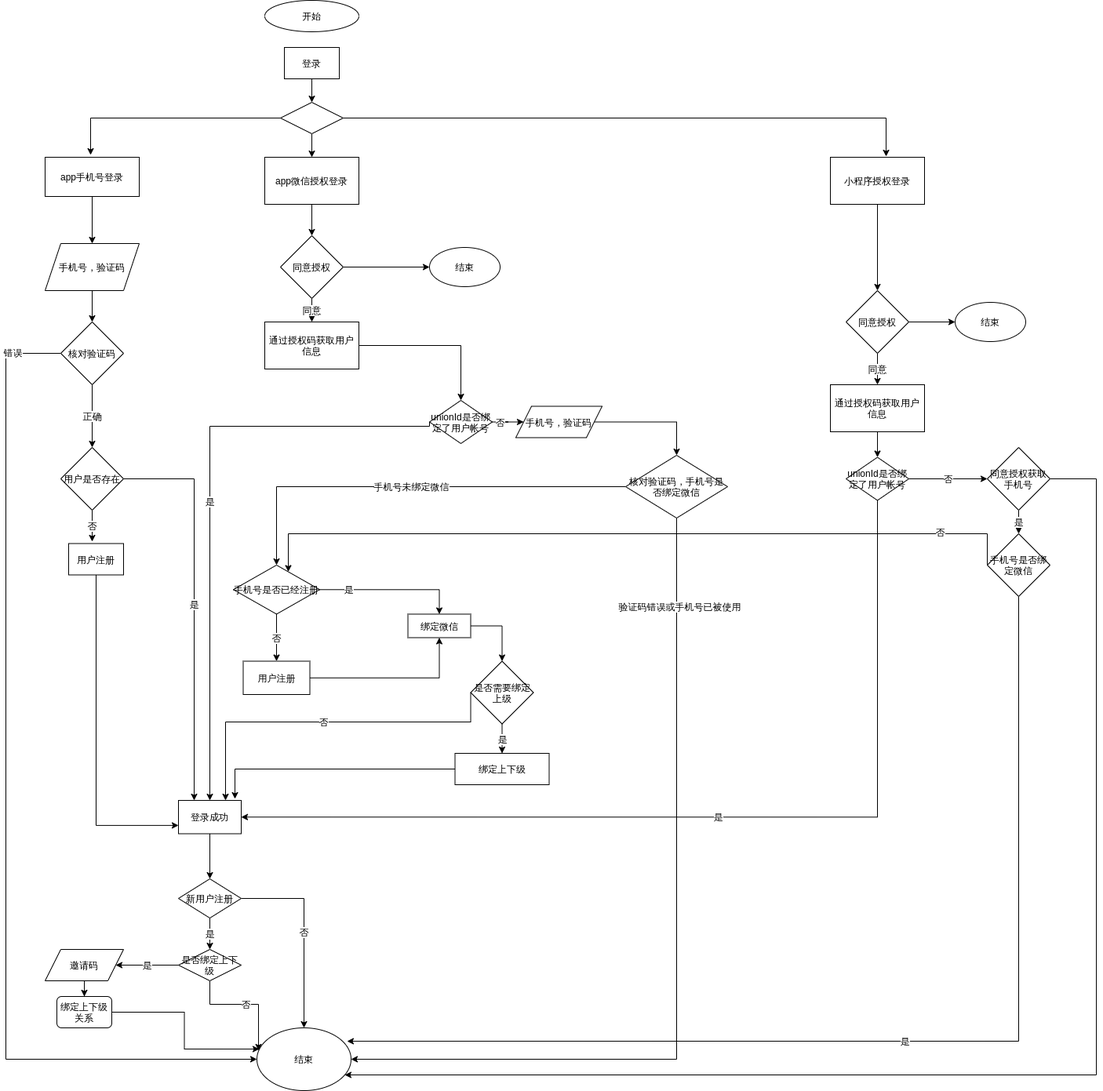
pullFootYouth/springCloudConfig keeps this draw.io diagram as login.png. Above is the earlier version. Source tidied: cells renumbered, new cells last; positions are measured from the earlier drawing's top-left corner, leaving out a move shared by most shapes.
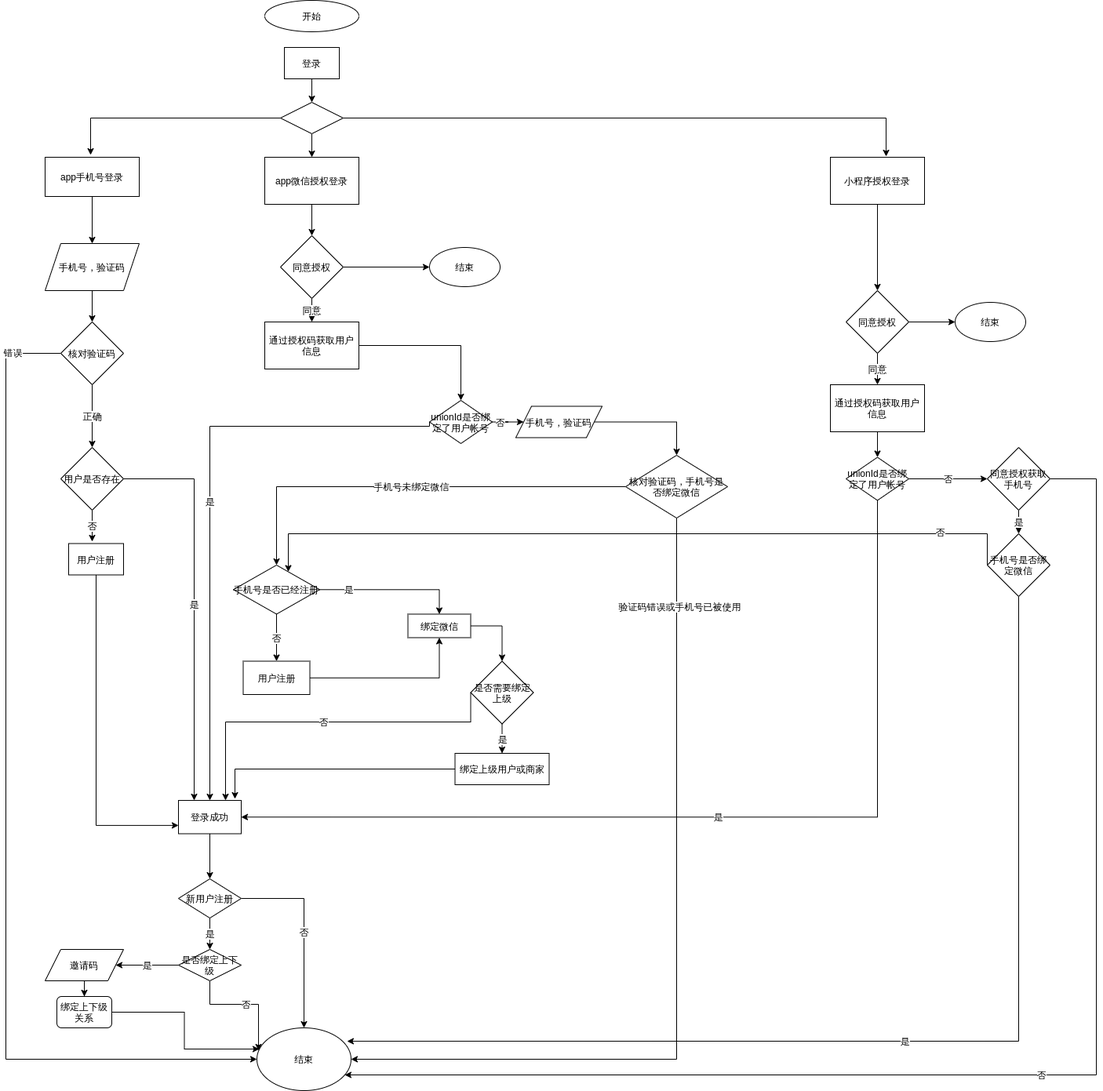
The same diagram one commit later.

What changed in the source:
```diff
@@ -239,7 +239,7 @@
     <mxCell id="68" value="是" style="edgeStyle=orthogonalEdgeStyle;rounded=0;jettySize=auto;html=1;" parent="1" edge="1" source="70" target="75">
       <mxGeometry relative="1" as="geometry" />
     </mxCell>
-    <mxCell id="69" style="edgeStyle=orthogonalEdgeStyle;rounded=0;jettySize=auto;html=1;exitX=1;exitY=0.5;exitDx=0;exitDy=0;" parent="1" edge="1" source="70" target="17">
+    <mxCell id="69" value="否" style="edgeStyle=orthogonalEdgeStyle;rounded=0;jettySize=auto;html=1;exitX=1;exitY=0.5;exitDx=0;exitDy=0;" parent="1" edge="1" source="70" target="17">
       <mxGeometry relative="1" as="geometry">
         <Array as="points">
           <mxPoint x="1390" y="610" />
@@ -290,7 +290,7 @@
     <mxCell id="79" style="edgeStyle=orthogonalEdgeStyle;rounded=0;jettySize=auto;html=1;exitX=0;exitY=0.5;exitDx=0;exitDy=0;entryX=0.9;entryY=-0.047;entryDx=0;entryDy=0;entryPerimeter=0;" parent="1" edge="1" source="80" target="35">
       <mxGeometry relative="1" as="geometry" />
     </mxCell>
-    <mxCell id="80" value="绑定上下级" style="rounded=0;whiteSpace=wrap;html=1;" parent="1" vertex="1">
+    <mxCell id="80" value="绑定上级用户或商家" style="rounded=0;whiteSpace=wrap;html=1;" parent="1" vertex="1">
       <mxGeometry x="572.5" y="960" width="120" height="40" as="geometry" />
     </mxCell>
     <mxCell id="81" value="结束" style="ellipse;whiteSpace=wrap;html=1;" parent="1" vertex="1">
```
